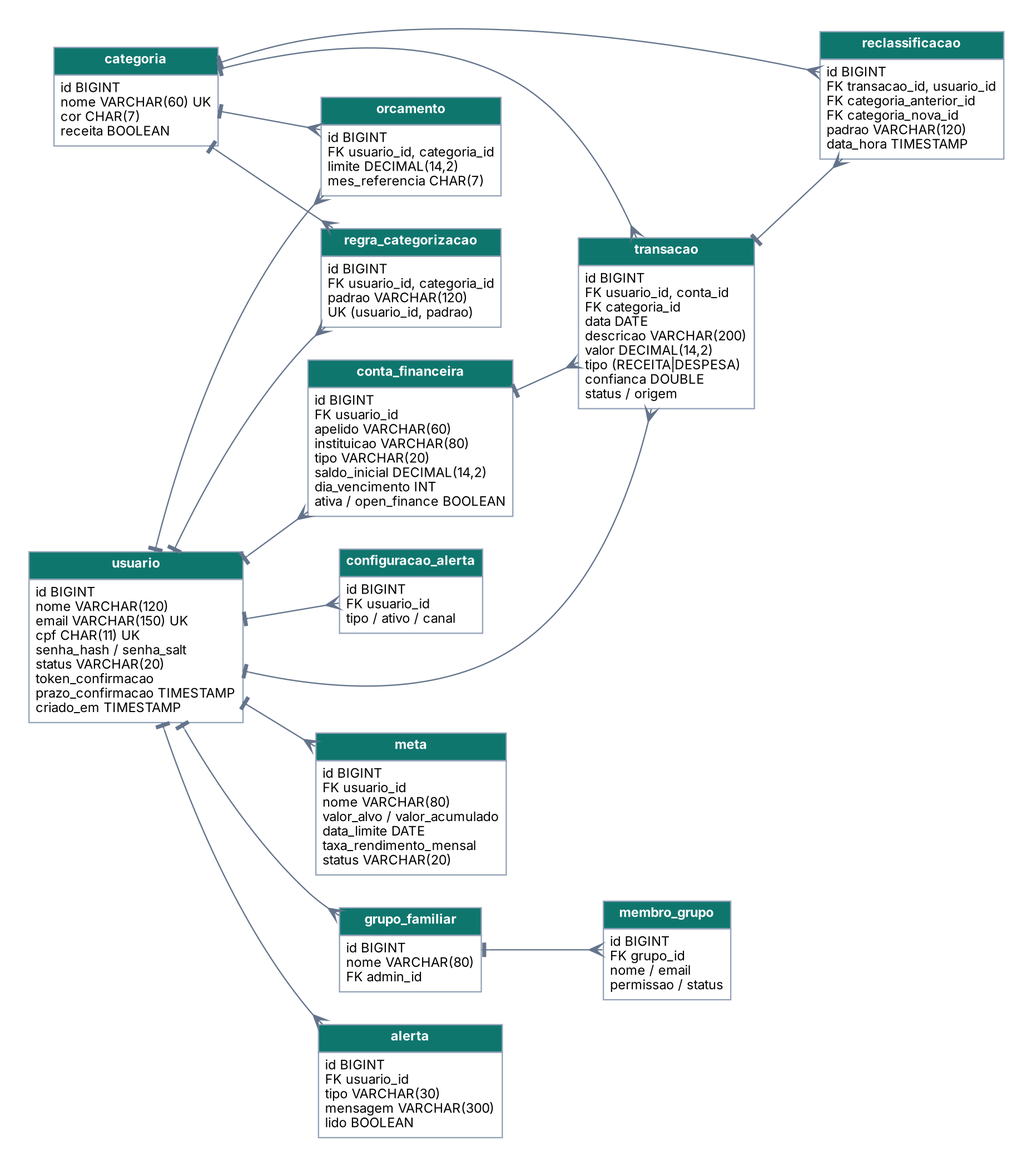
gabrielleonidass/FinIA keeps this Graphviz diagram as docs/der.png. Above is the earlier version. Its source is kept beside it as docs/der.dot.
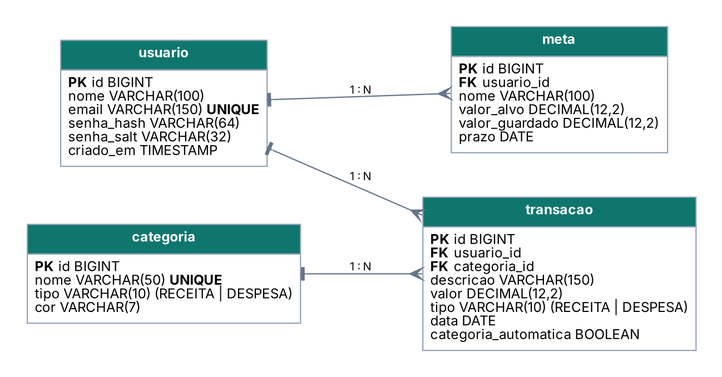
The same diagram one commit later.

What changed in the source:
```diff
@@ -1,21 +1,12 @@
 digraph DER {
-  graph [rankdir=LR, fontname="Inter", bgcolor="white", nodesep=0.35, ranksep=0.7, pad=0.3];
-  node [shape=plain, fontname="Inter", fontsize=10];
-  edge [fontname="Inter", fontsize=8, color="#64748b", arrowhead=crow, arrowtail=tee, dir=both];
-  usuario [label=<<table border="0" cellborder="1" cellspacing="0" cellpadding="4" color="#94a3b8"><tr><td bgcolor="#0f766e"><font color="white"><b>usuario</b></font></td></tr><tr><td align="left">id BIGINT<br align="left"/>nome VARCHAR(120)<br align="left"/>email VARCHAR(150) UK<br align="left"/>cpf CHAR(11) UK<br align="left"/>senha_hash / senha_salt<br align="left"/>status VARCHAR(20)<br align="left"/>token_confirmacao<br align="left"/>prazo_confirmacao TIMESTAMP<br align="left"/>criado_em TIMESTAMP<br align="left"/></td></tr></table>>];
-  categoria [label=<<table border="0" cellborder="1" cellspacing="0" cellpadding="4" color="#94a3b8"><tr><td bgcolor="#0f766e"><font color="white"><b>categoria</b></font></td></tr><tr><td align="left">id BIGINT<br align="left"/>nome VARCHAR(60) UK<br align="left"/>cor CHAR(7)<br align="left"/>receita BOOLEAN<br align="left"/></td></tr></table>>];
-  conta [label=<<table border="0" cellborder="1" cellspacing="0" cellpadding="4" color="#94a3b8"><tr><td bgcolor="#0f766e"><font color="white"><b>conta_financeira</b></font></td></tr><tr><td align="left">id BIGINT<br align="left"/>FK usuario_id<br align="left"/>apelido VARCHAR(60)<br align="left"/>instituicao VARCHAR(80)<br align="left"/>tipo VARCHAR(20)<br align="left"/>saldo_inicial DECIMAL(14,2)<br align="left"/>dia_vencimento INT<br align="left"/>ativa / open_finance BOOLEAN<br align="left"/></td></tr></table>>];
-  transacao [label=<<table border="0" cellborder="1" cellspacing="0" cellpadding="4" color="#94a3b8"><tr><td bgcolor="#0f766e"><font color="white"><b>transacao</b></font></td></tr><tr><td align="left">id BIGINT<br align="left"/>FK usuario_id, conta_id<br align="left"/>FK categoria_id<br align="left"/>data DATE<br align="left"/>descricao VARCHAR(200)<br align="left"/>valor DECIMAL(14,2)<br align="left"/>tipo (RECEITA|DESPESA)<br align="left"/>confianca DOUBLE<br align="left"/>status / origem<br align="left"/></td></tr></table>>];
-  reclass [label=<<table border="0" cellborder="1" cellspacing="0" cellpadding="4" color="#94a3b8"><tr><td bgcolor="#0f766e"><font color="white"><b>reclassificacao</b></font></td></tr><tr><td align="left">id BIGINT<br align="left"/>FK transacao_id, usuario_id<br align="left"/>FK categoria_anterior_id<br align="left"/>FK categoria_nova_id<br align="left"/>padrao VARCHAR(120)<br align="left"/>data_hora TIMESTAMP<br align="left"/></td></tr></table>>];
-  regra [label=<<table border="0" cellborder="1" cellspacing="0" cellpadding="4" color="#94a3b8"><tr><td bgcolor="#0f766e"><font color="white"><b>regra_categorizacao</b></font></td></tr><tr><td align="left">id BIGINT<br align="left"/>FK usuario_id, categoria_id<br align="left"/>padrao VARCHAR(120)<br align="left"/>UK (usuario_id, padrao)<br align="left"/></td></tr></table>>];
-  meta [label=<<table border="0" cellborder="1" cellspacing="0" cellpadding="4" color="#94a3b8"><tr><td bgcolor="#0f766e"><font color="white"><b>meta</b></font></td></tr><tr><td align="left">id BIGINT<br align="left"/>FK usuario_id<br align="left"/>nome VARCHAR(80)<br align="left"/>valor_alvo / valor_acumulado<br align="left"/>data_limite DATE<br align="left"/>taxa_rendimento_mensal<br align="left"/>status VARCHAR(20)<br align="left"/></td></tr></table>>];
-  orcamento [label=<<table border="0" cellborder="1" cellspacing="0" cellpadding="4" color="#94a3b8"><tr><td bgcolor="#0f766e"><font color="white"><b>orcamento</b></font></td></tr><tr><td align="left">id BIGINT<br align="left"/>FK usuario_id, categoria_id<br align="left"/>limite DECIMAL(14,2)<br align="left"/>mes_referencia CHAR(7)<br align="left"/></td></tr></table>>];
-  alerta [label=<<table border="0" cellborder="1" cellspacing="0" cellpadding="4" color="#94a3b8"><tr><td bgcolor="#0f766e"><font color="white"><b>alerta</b></font></td></tr><tr><td align="left">id BIGINT<br align="left"/>FK usuario_id<br align="left"/>tipo VARCHAR(30)<br align="left"/>mensagem VARCHAR(300)<br align="left"/>lido BOOLEAN<br align="left"/></td></tr></table>>];
-  config [label=<<table border="0" cellborder="1" cellspacing="0" cellpadding="4" color="#94a3b8"><tr><td bgcolor="#0f766e"><font color="white"><b>configuracao_alerta</b></font></td></tr><tr><td align="left">id BIGINT<br align="left"/>FK usuario_id<br align="left"/>tipo / ativo / canal<br align="left"/></td></tr></table>>];
-  grupo [label=<<table border="0" cellborder="1" cellspacing="0" cellpadding="4" color="#94a3b8"><tr><td bgcolor="#0f766e"><font color="white"><b>grupo_familiar</b></font></td></tr><tr><td align="left">id BIGINT<br align="left"/>nome VARCHAR(80)<br align="left"/>FK admin_id<br align="left"/></td></tr></table>>];
-  membro [label=<<table border="0" cellborder="1" cellspacing="0" cellpadding="4" color="#94a3b8"><tr><td bgcolor="#0f766e"><font color="white"><b>membro_grupo</b></font></td></tr><tr><td align="left">id BIGINT<br align="left"/>FK grupo_id<br align="left"/>nome / email<br align="left"/>permissao / status<br align="left"/></td></tr></table>>];
-  usuario -> conta; usuario -> transacao; conta -> transacao; categoria -> transacao;
-  transacao -> reclass; categoria -> reclass; usuario -> regra; categoria -> regra;
-  usuario -> meta; usuario -> orcamento; categoria -> orcamento; usuario -> alerta; usuario -> config;
-  usuario -> grupo; grupo -> membro;
+  graph [rankdir=LR, fontname="Inter", bgcolor="white", nodesep=0.5, ranksep=1.0, pad=0.3];
+  node [shape=plain, fontname="Inter", fontsize=11];
+  edge [fontname="Inter", fontsize=9, color="#64748b", arrowhead=crow, arrowtail=tee, dir=both];
+  usuario [label=<<table border="0" cellborder="1" cellspacing="0" cellpadding="5" color="#94a3b8"><tr><td bgcolor="#0f766e"><font color="white"><b>usuario</b></font></td></tr><tr><td align="left"><b>PK</b> id BIGINT<br align="left"/>nome VARCHAR(100)<br align="left"/>email VARCHAR(150) <b>UNIQUE</b><br align="left"/>senha_hash VARCHAR(64)<br align="left"/>senha_salt VARCHAR(32)<br align="left"/>criado_em TIMESTAMP<br align="left"/></td></tr></table>>];
+  categoria [label=<<table border="0" cellborder="1" cellspacing="0" cellpadding="5" color="#94a3b8"><tr><td bgcolor="#0f766e"><font color="white"><b>categoria</b></font></td></tr><tr><td align="left"><b>PK</b> id BIGINT<br align="left"/>nome VARCHAR(50) <b>UNIQUE</b><br align="left"/>tipo VARCHAR(10) (RECEITA | DESPESA)<br align="left"/>cor VARCHAR(7)<br align="left"/></td></tr></table>>];
+  transacao [label=<<table border="0" cellborder="1" cellspacing="0" cellpadding="5" color="#94a3b8"><tr><td bgcolor="#0f766e"><font color="white"><b>transacao</b></font></td></tr><tr><td align="left"><b>PK</b> id BIGINT<br align="left"/><b>FK</b> usuario_id<br align="left"/><b>FK</b> categoria_id<br align="left"/>descricao VARCHAR(150)<br align="left"/>valor DECIMAL(12,2)<br align="left"/>tipo VARCHAR(10) (RECEITA | DESPESA)<br align="left"/>data DATE<br align="left"/>categoria_automatica BOOLEAN<br align="left"/></td></tr></table>>];
+  meta [label=<<table border="0" cellborder="1" cellspacing="0" cellpadding="5" color="#94a3b8"><tr><td bgcolor="#0f766e"><font color="white"><b>meta</b></font></td></tr><tr><td align="left"><b>PK</b> id BIGINT<br align="left"/><b>FK</b> usuario_id<br align="left"/>nome VARCHAR(100)<br align="left"/>valor_alvo DECIMAL(12,2)<br align="left"/>valor_guardado DECIMAL(12,2)<br align="left"/>prazo DATE<br align="left"/></td></tr></table>>];
+  usuario -> transacao [label="  1 : N  "];
+  categoria -> transacao [label="  1 : N  "];
+  usuario -> meta [label="  1 : N  "];
 }
```
